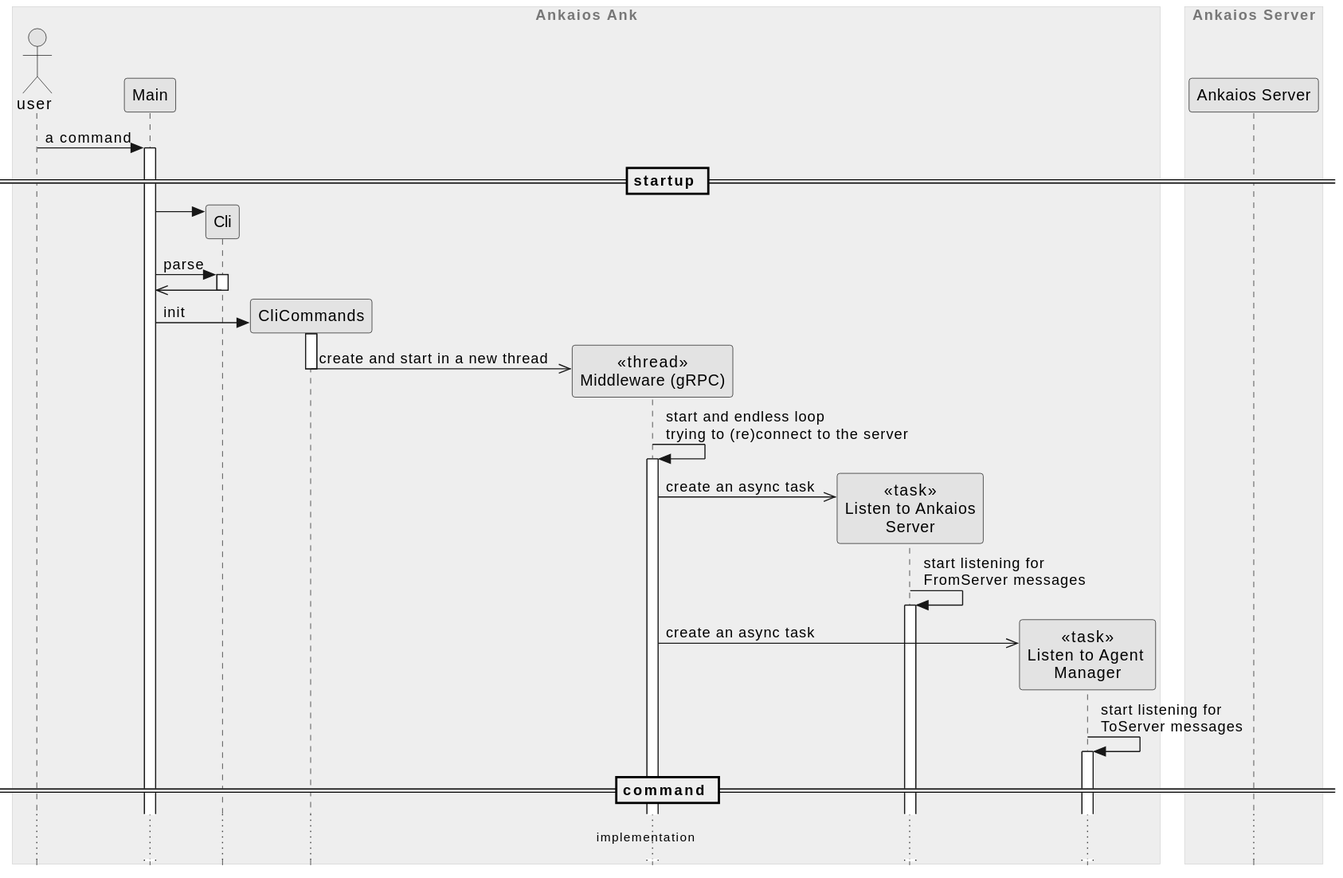
Earlier version of the PlantUML export ank/doc/swdesign/plantuml/seq_cmd_startup.svg (eclipse-ankaios/ankaios). Its diagram source:
```plantuml
@startuml
!include ../../../../resources/doc/plantuml/clean.skin

box "Ankaios Ank"
    actor "user" as user
    participant Main as main
    participant "Cli" as cli
    participant "CliCommands" as cli_commands
    participant "<<thread>>\nMiddleware (gRPC)" as grpc_client
    participant "<<task>>\nListen to Ankaios\nServer" as listen_to_server
    participant "<<task>>\nListen to Agent \nManager" as listen_to_manager
end box

box "Ankaios Server"
    participant "Ankaios Server" as server
end box

user-> main ++ : a command

== startup ==

main -> cli **
main -> cli ++: parse
cli ->> main --
main -> cli_commands ** : init
activate cli_commands
cli_commands ->> grpc_client ** : create and start in a new thread
deactivate cli_commands

grpc_client -> grpc_client ++: start and endless loop \ntrying to (re)connect to the server
grpc_client ->> listen_to_server **: create an async task
listen_to_server -> listen_to_server ++: start listening for \nFromServer messages

grpc_client ->> listen_to_manager **: create an async task
listen_to_manager -> listen_to_manager ++: start listening for \nToServer messages

== command ==

... implementation ...
@enduml
```
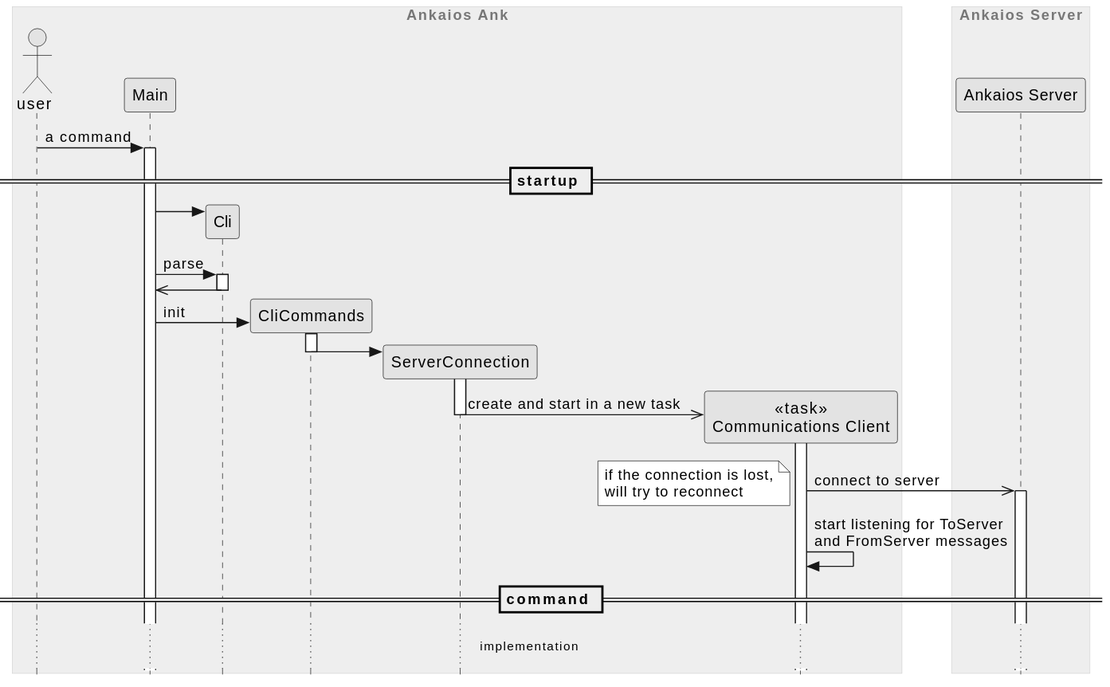
After the change.

Commit message:
Update startup sequence diagram

Issue-Id: #236

Diff of the diagram source:
```diff
@@ -6,9 +6,8 @@
     participant Main as main
     participant "Cli" as cli
     participant "CliCommands" as cli_commands
-    participant "<<thread>>\nMiddleware (gRPC)" as grpc_client
-    participant "<<task>>\nListen to Ankaios\nServer" as listen_to_server
-    participant "<<task>>\nListen to Agent \nManager" as listen_to_manager
+    participant "ServerConnection" as server_connection
+    participant "<<task>>\nCommunications Client" as communications_client
 end box
 
 box "Ankaios Server"
@@ -24,15 +23,17 @@
 cli ->> main --
 main -> cli_commands ** : init
 activate cli_commands
-cli_commands ->> grpc_client ** : create and start in a new thread
+cli_commands -> server_connection ** :
 deactivate cli_commands
+activate server_connection
 
-grpc_client -> grpc_client ++: start and endless loop \ntrying to (re)connect to the server
-grpc_client ->> listen_to_server **: create an async task
-listen_to_server -> listen_to_server ++: start listening for \nFromServer messages
+server_connection ->> communications_client ** : create and start in a new task
+deactivate server_connection
+activate communications_client
 
-grpc_client ->> listen_to_manager **: create an async task
-listen_to_manager -> listen_to_manager ++: start listening for \nToServer messages
+communications_client ->> server ++: connect to server
+note left: if the connection is lost,\nwill try to reconnect
+communications_client -> communications_client: start listening for ToServer\nand FromServer messages
 
 == command ==
 
```
